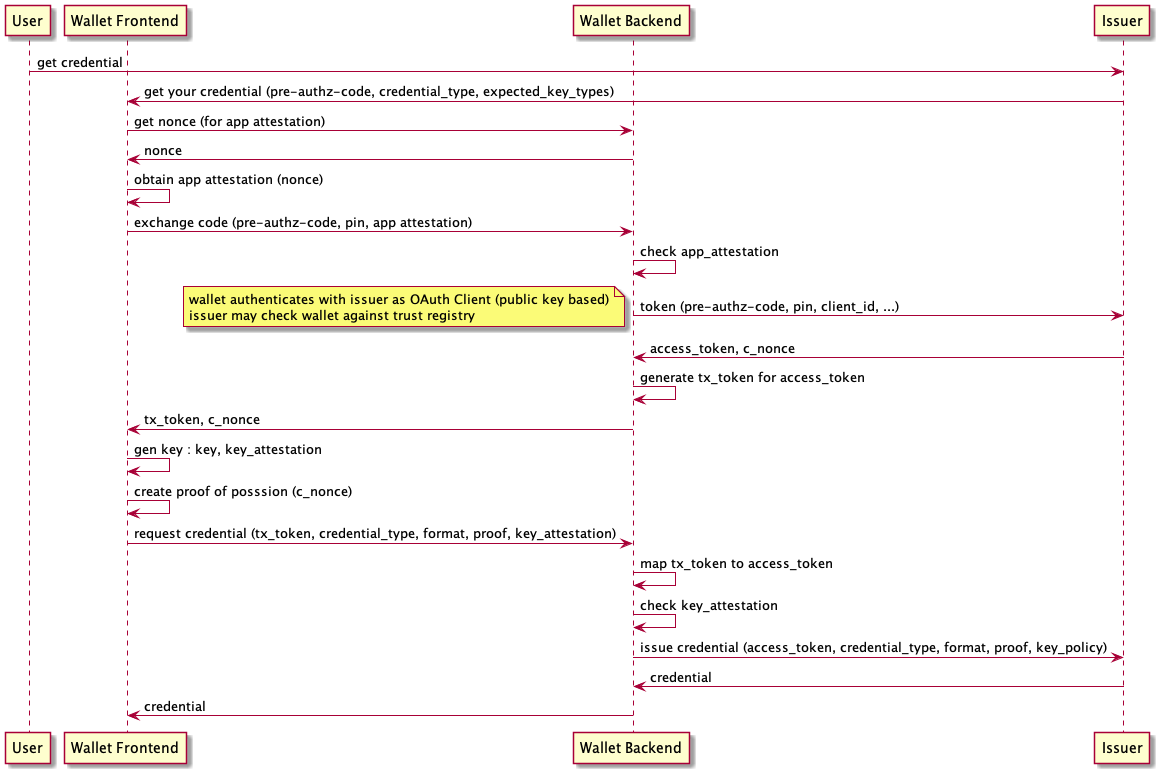
Earlier version of the PlantUML export diagrams/attestation_native_app_issuer_initiated.png (openid/OpenID4VCI).
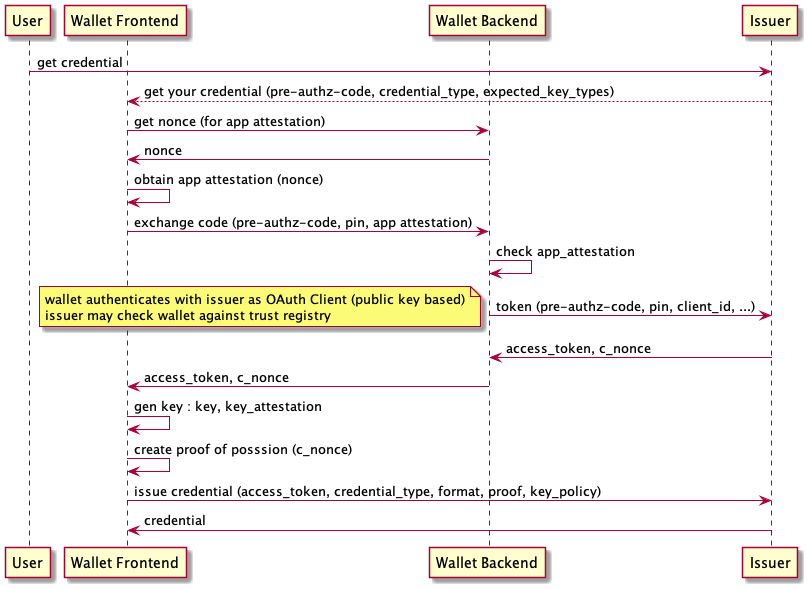
After the commit.

Commit message:
simplified sequences

What changed in the source:
```diff
@@ -5,7 +5,7 @@
 participant Issuer as i
 
 u -> i : get credential
-i -> w : get your credential (pre-authz-code, credential_type, expected_key_types)
+i --> w : get your credential (pre-authz-code, credential_type, expected_key_types)
 w -> b : get nonce (for app attestation)
 b -> w : nonce
 w -> w : obtain app attestation (nonce)
@@ -14,14 +14,9 @@
 b -> i : token (pre-authz-code, pin, client_id, ...)
 note left: wallet authenticates with issuer as OAuth Client (public key based)\nissuer may check wallet against trust registry
 i -> b : access_token, c_nonce
-b -> b : generate tx_token for access_token
-b -> w: tx_token, c_nonce
+b -> w: access_token, c_nonce
 w -> w : gen key : key, key_attestation
 w -> w : create proof of posssion (c_nonce)
-w -> b : request credential (tx_token, credential_type, format, proof, key_attestation)
-b -> b : map tx_token to access_token
-b -> b : check key_attestation
-b -> i : issue credential (access_token, credential_type, format, proof, key_policy)
-i -> b : credential
-b -> w : credential
+w -> i : issue credential (access_token, credential_type, format, proof, key_policy)
+i -> w : credential
 @enduml
```
